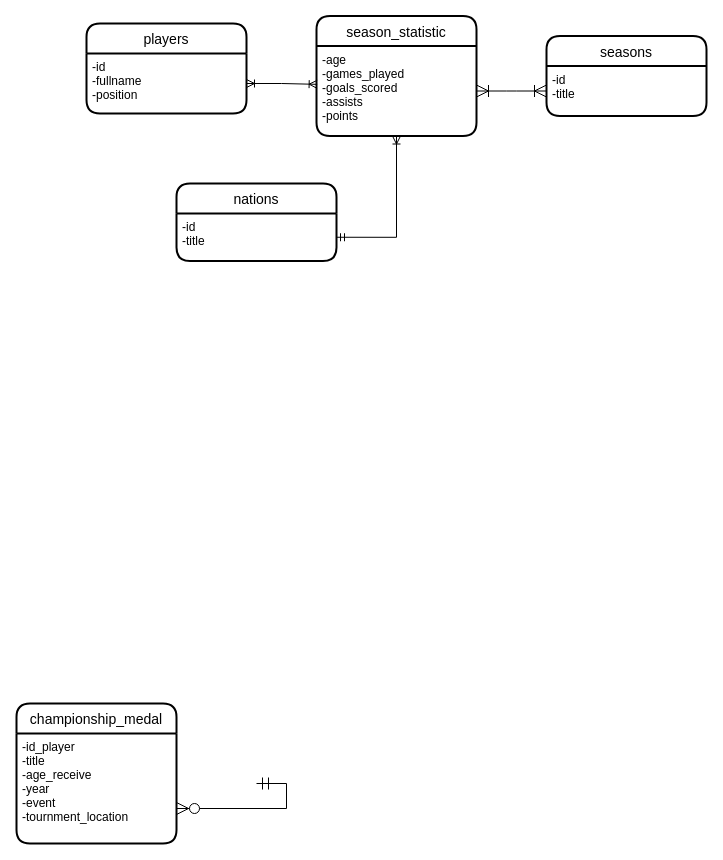
Before: ER.drawio in artemoshepkov/DataBaseViewer, a draw.io diagram. Source tidied: cells renumbered, new cells numbered last; positions are measured from the earlier drawing's top-left corner, leaving out a move shared by most shapes. Both pictures are drawn from the tidied source at 100%, with x=0, y=0 at pixel (16, 15).
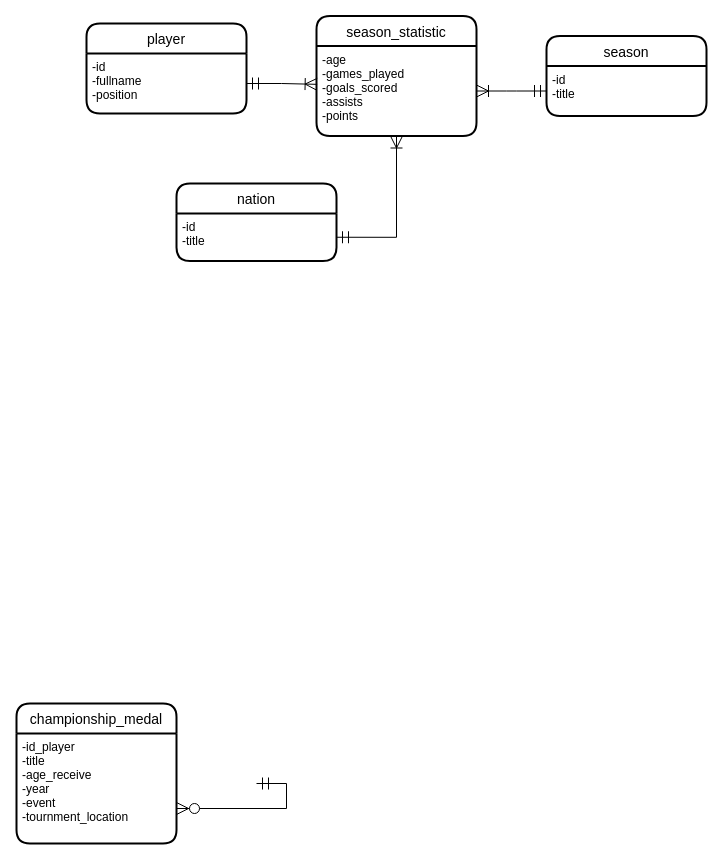
The same diagram, later.

The edit, as a diff of the source:
```diff
@@
 <mxGraphModel>
   <root>
     <mxCell id="0" />
     <mxCell id="1" parent="0" />
-    <mxCell id="2" value="seasons" style="swimlane;horizontal=1;startSize=30;rounded=1;fontSize=14;fontStyle=0;strokeWidth=2;shadow=0;dashed=0;align=center;" parent="1" vertex="1">
+    <mxCell id="2" value="season" style="swimlane;horizontal=1;startSize=30;rounded=1;fontSize=14;fontStyle=0;strokeWidth=2;shadow=0;dashed=0;align=center;" parent="1" vertex="1">
       <mxGeometry x="530" y="20.5" width="160" height="80" as="geometry" />
     </mxCell>
     <mxCell id="3" value="-id&#10;-title&#10;" style="align=left;strokeColor=none;fillColor=none;spacingLeft=4;fontSize=12;verticalAlign=top;" parent="2" vertex="1">
       <mxGeometry y="30" width="160" height="50" as="geometry" />
     </mxCell>
     <mxCell id="4" style="edgeStyle=orthogonalEdgeStyle;rounded=0;sketch=0;orthogonalLoop=1;jettySize=auto;html=1;exitX=0.5;exitY=1;exitDx=0;exitDy=0;shadow=0;startArrow=oval;startFill=1;startSize=10;endSize=10;strokeColor=default;" parent="2" edge="1" source="3" target="3">
       <mxGeometry relative="1" as="geometry" />
     </mxCell>
-    <mxCell id="5" value="players" style="swimlane;horizontal=1;startSize=30;rounded=1;fontSize=14;fontStyle=0;strokeWidth=2;shadow=0;dashed=0;align=center;" parent="1" vertex="1">
+    <mxCell id="5" value="player" style="swimlane;horizontal=1;startSize=30;rounded=1;fontSize=14;fontStyle=0;strokeWidth=2;shadow=0;dashed=0;align=center;" parent="1" vertex="1">
       <mxGeometry x="70" y="8" width="160" height="90" as="geometry" />
     </mxCell>
     <mxCell id="6" value="-id&#10;-fullname&#10;-position&#10;" style="align=left;strokeColor=none;fillColor=none;spacingLeft=4;fontSize=12;verticalAlign=top;" parent="5" vertex="1">
       <mxGeometry y="30" width="160" height="60" as="geometry" />
     </mxCell>
-    <mxCell id="7" value="nations" style="swimlane;horizontal=1;startSize=30;rounded=1;fontSize=14;fontStyle=0;strokeWidth=2;shadow=0;dashed=0;align=center;" parent="1" vertex="1">
+    <mxCell id="7" value="nation" style="swimlane;horizontal=1;startSize=30;rounded=1;fontSize=14;fontStyle=0;strokeWidth=2;shadow=0;dashed=0;align=center;" parent="1" vertex="1">
       <mxGeometry x="160" y="168" width="160" height="77.5" as="geometry" />
     </mxCell>
     <mxCell id="8" value="-id&#10;-title" style="align=left;strokeColor=none;fillColor=none;spacingLeft=4;fontSize=12;verticalAlign=top;" parent="7" vertex="1">
       <mxGeometry y="30" width="160" height="47.5" as="geometry" />
     </mxCell>
     <mxCell id="9" value="championship_medal" style="swimlane;horizontal=1;startSize=30;rounded=1;fontSize=14;fontStyle=0;strokeWidth=2;shadow=0;dashed=0;align=center;fillColor=default;" parent="1" vertex="1">
       <mxGeometry y="688" width="160" height="140" as="geometry" />
     </mxCell>
     <mxCell id="10" value="-id_player&#10;-title&#10;-age_receive&#10;-year&#10;-event&#10;-tournment_location" style="align=left;strokeColor=none;fillColor=none;spacingLeft=4;fontSize=12;verticalAlign=top;" parent="9" vertex="1">
       <mxGeometry y="30" width="160" height="110" as="geometry" />
     </mxCell>
     <mxCell id="11" style="edgeStyle=entityRelationEdgeStyle;fontSize=12;html=1;endArrow=ERzeroToMany;startArrow=ERmandOne;rounded=0;startSize=10;endSize=10;entryX=1;entryY=0.75;entryDx=0;entryDy=0;" parent="1" edge="1" target="9">
       <mxGeometry relative="1" as="geometry">
         <mxPoint x="240" y="768" as="sourcePoint" />
       </mxGeometry>
     </mxCell>
-    <mxCell id="12" style="edgeStyle=entityRelationEdgeStyle;fontSize=12;html=1;endArrow=ERoneToMany;startArrow=ERoneToMany;rounded=0;shadow=0;sketch=0;startSize=10;endSize=10;strokeColor=default;entryX=0;entryY=0.5;entryDx=0;entryDy=0;exitX=1;exitY=0.5;exitDx=0;exitDy=0;" parent="1" edge="1" source="15" target="3">
+    <mxCell id="12" style="edgeStyle=entityRelationEdgeStyle;fontSize=12;html=1;endArrow=ERmandOne;startArrow=ERoneToMany;rounded=0;shadow=0;sketch=0;startSize=10;endSize=10;strokeColor=default;entryX=0;entryY=0.5;entryDx=0;entryDy=0;exitX=1;exitY=0.5;exitDx=0;exitDy=0;endFill=0;" parent="1" edge="1" source="15" target="3">
       <mxGeometry relative="1" as="geometry" />
     </mxCell>
-    <mxCell id="13" style="edgeStyle=orthogonalEdgeStyle;fontSize=12;html=1;endArrow=ERoneToMany;startArrow=ERmandOne;rounded=0;startFill=0;exitX=1;exitY=0.5;exitDx=0;exitDy=0;entryX=0.5;entryY=1;entryDx=0;entryDy=0;" parent="1" edge="1" source="8" target="15">
+    <mxCell id="13" style="edgeStyle=orthogonalEdgeStyle;fontSize=12;html=1;endArrow=ERoneToMany;startArrow=ERmandOne;rounded=0;startFill=0;exitX=1;exitY=0.5;exitDx=0;exitDy=0;entryX=0.5;entryY=1;entryDx=0;entryDy=0;endSize=10;startSize=10;" parent="1" edge="1" source="8" target="15">
       <mxGeometry relative="1" as="geometry" />
     </mxCell>
     <mxCell id="14" value="season_statistic" style="swimlane;horizontal=1;startSize=30;rounded=1;fontSize=14;fontStyle=0;strokeWidth=2;shadow=0;dashed=0;align=center;" parent="1" vertex="1">
       <mxGeometry x="300" y="0.5" width="160" height="120" as="geometry" />
     </mxCell>
     <mxCell id="15" value="-age&#10;-games_played&#10;-goals_scored&#10;-assists&#10;-points" style="align=left;strokeColor=none;fillColor=none;spacingLeft=4;fontSize=12;verticalAlign=top;" parent="14" vertex="1">
       <mxGeometry y="30" width="160" height="90" as="geometry" />
     </mxCell>
-    <mxCell id="16" style="edgeStyle=orthogonalEdgeStyle;rounded=0;jettySize=auto;html=1;exitX=1;exitY=0.5;exitDx=0;exitDy=0;entryX=0.004;entryY=0.426;entryDx=0;entryDy=0;entryPerimeter=0;startArrow=ERoneToMany;startFill=0;endArrow=ERoneToMany;endFill=0;" parent="1" edge="1" source="6" target="15">
+    <mxCell id="16" style="edgeStyle=orthogonalEdgeStyle;rounded=0;jettySize=auto;html=1;exitX=1;exitY=0.5;exitDx=0;exitDy=0;entryX=0.004;entryY=0.426;entryDx=0;entryDy=0;entryPerimeter=0;startArrow=ERmandOne;startFill=0;endArrow=ERoneToMany;endFill=0;strokeWidth=1;endSize=10;startSize=10;" parent="1" edge="1" source="6" target="15">
       <mxGeometry relative="1" as="geometry" />
     </mxCell>
   </root>
 </mxGraphModel>
```
